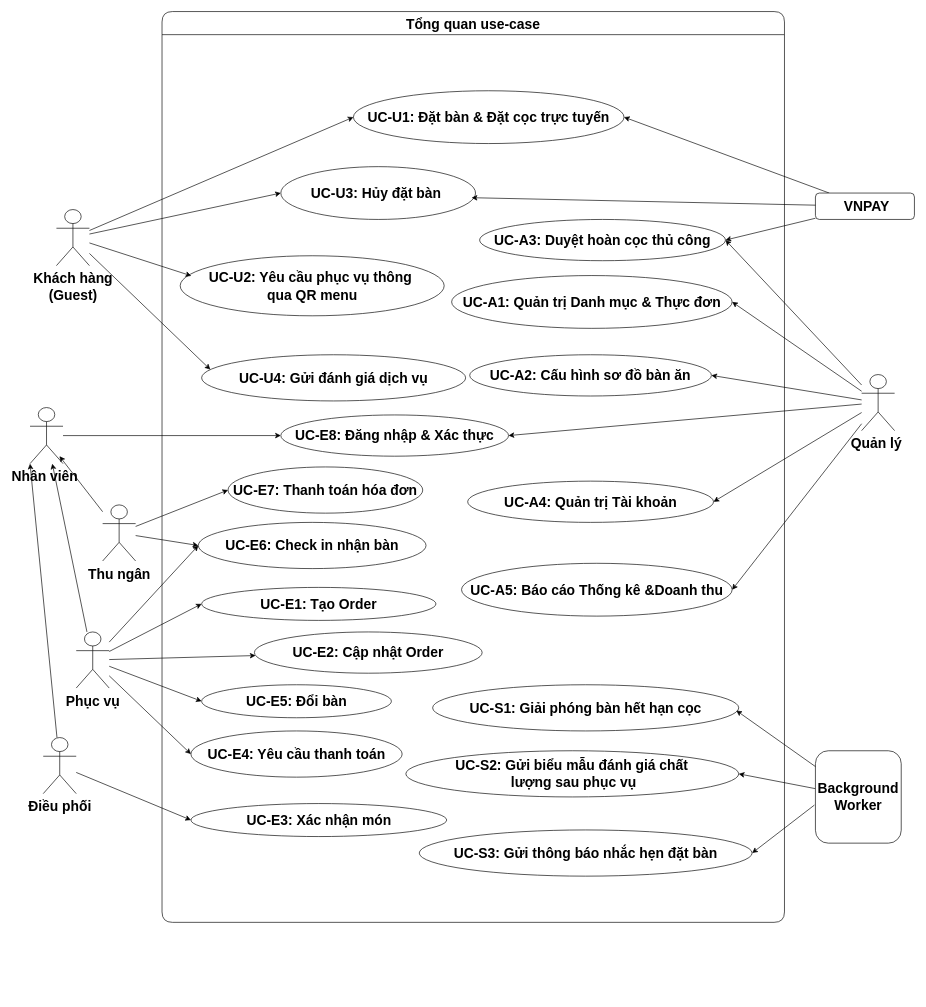
AndrewQng/VinDining keeps this draw.io diagram as docs/phase1/drawio/use_case_overall.drawio. Above is the earlier version. Source tidied: cells renumbered, new cells numbered last; positions are measured from the earlier drawing's top-left corner, leaving out a move shared by most shapes. Both pictures are drawn from the tidied source at 66%, with x=0, y=0 at pixel (30, 11).
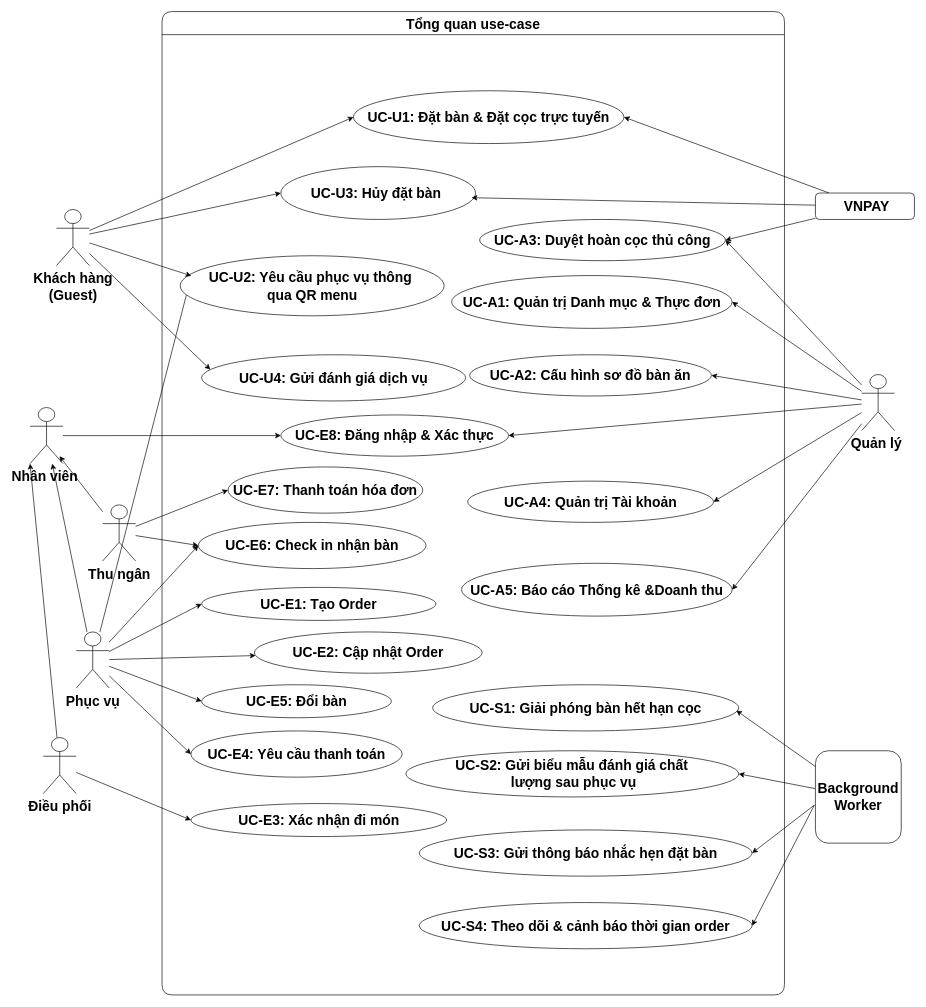
Above is the later version.

The change refers to these unchanged cells:
```xml
<mxCell id="9" value="&lt;div&gt;Background&lt;/div&gt;Worker" style="rounded=1;whiteSpace=wrap;html=1;fontStyle=1;fontSize=21;" parent="1" vertex="1">
  <mxGeometry x="1190" y="1120" width="130" height="140" as="geometry" />
</mxCell>
<mxCell id="12" value="UC-U2: Yêu cầu phục vụ thông&amp;nbsp;&lt;div&gt;qua QR menu&lt;/div&gt;" style="ellipse;whiteSpace=wrap;html=1;fontSize=21;fontStyle=1;" parent="10" vertex="1">
  <mxGeometry x="27.5" y="370" width="400" height="91" as="geometry" />
</mxCell>
<mxCell id="41" value="Phục vụ" style="shape=umlActor;verticalLabelPosition=bottom;verticalAlign=top;html=1;fontStyle=1;fontSize=21;" parent="1" vertex="1">
  <mxGeometry x="70" y="940" width="50" height="85" as="geometry" />
</mxCell>
```

Change to the diagram source:
```diff
@@
+    <mxCell id="60" style="rounded=0;jettySize=auto;html=1;entryX=1;entryY=0.5;entryDx=0;entryDy=0;defaultLabelBackgroundColor=page;exitX=-0.012;exitY=0.588;exitDx=0;exitDy=0;exitPerimeter=0;" parent="1" edge="1" source="9" target="62">
+      <mxGeometry relative="1" as="geometry" />
+    </mxCell>
+    <mxCell id="61" style="rounded=0;jettySize=auto;html=1;entryX=0.042;entryY=0.334;entryDx=0;entryDy=0;entryPerimeter=0;" parent="1" edge="1" source="41" target="12">
+      <mxGeometry relative="1" as="geometry" />
+    </mxCell>
+    <mxCell id="62" value="UC-S4: Theo dõi &amp;amp; cảnh báo thời gian order" style="ellipse;whiteSpace=wrap;html=1;fontSize=21;fontStyle=1;" parent="10" vertex="1">
+      <mxGeometry x="389.7" y="1350" width="504.4" height="70" as="geometry" />
+    </mxCell>
@@
     <mxCell id="10" value="Tổng quan use-case" style="swimlane;startSize=35;fontStyle=1;rounded=1;fontSize=21;swimlaneLine=1;" parent="1" vertex="1">
-      <mxGeometry x="200" width="943.1" height="1380" as="geometry" />
+      <mxGeometry x="200" width="943.1" height="1490" as="geometry" />
     </mxCell>
@@
-    <mxCell id="15" value="UC-E3: Xác nhận món" style="ellipse;whiteSpace=wrap;html=1;fontSize=21;fontStyle=1;" parent="10" vertex="1">
+    <mxCell id="15" value="UC-E3: Xác nhận đi món" style="ellipse;whiteSpace=wrap;html=1;fontSize=21;fontStyle=1;" parent="10" vertex="1">
       <mxGeometry x="43.8" y="1200" width="387.5" height="50" as="geometry" />
     </mxCell>
```
